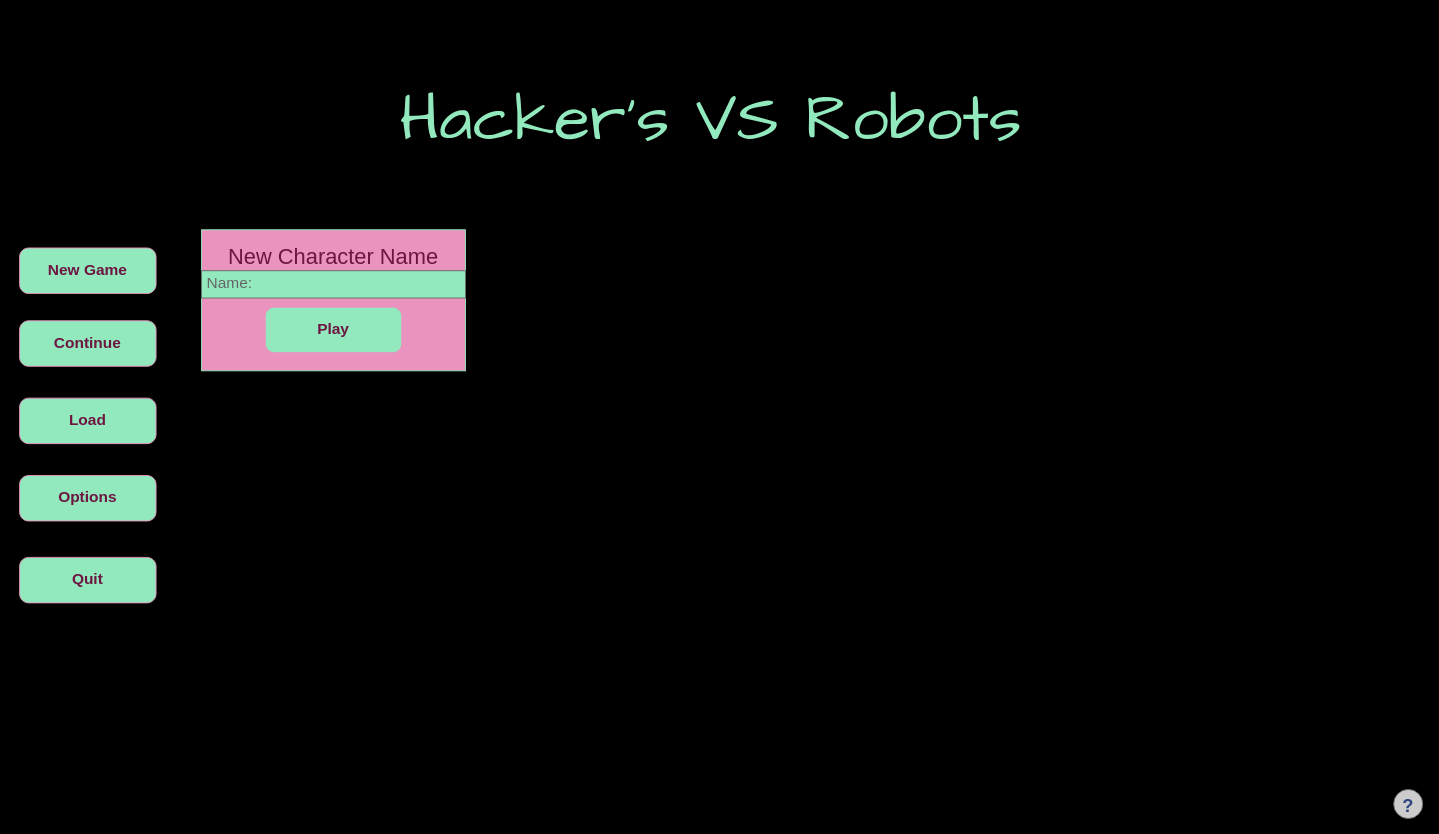
The draw.io diagram page "New Game" (4 of 5) of Informational Technology (Game Design)/Part 2/Cluster - UI Production/Build graphical user interfaces/GUI Design By Richard.drawio in Stampard0/Assessments, before the edit. Source tidied: cells renumbered, new cells numbered last; positions are measured from the earlier drawing's top-left corner, leaving out a move shared by most shapes. Both pictures are drawn from the tidied source at 91%, with x=0, y=0 at pixel (19, 61).
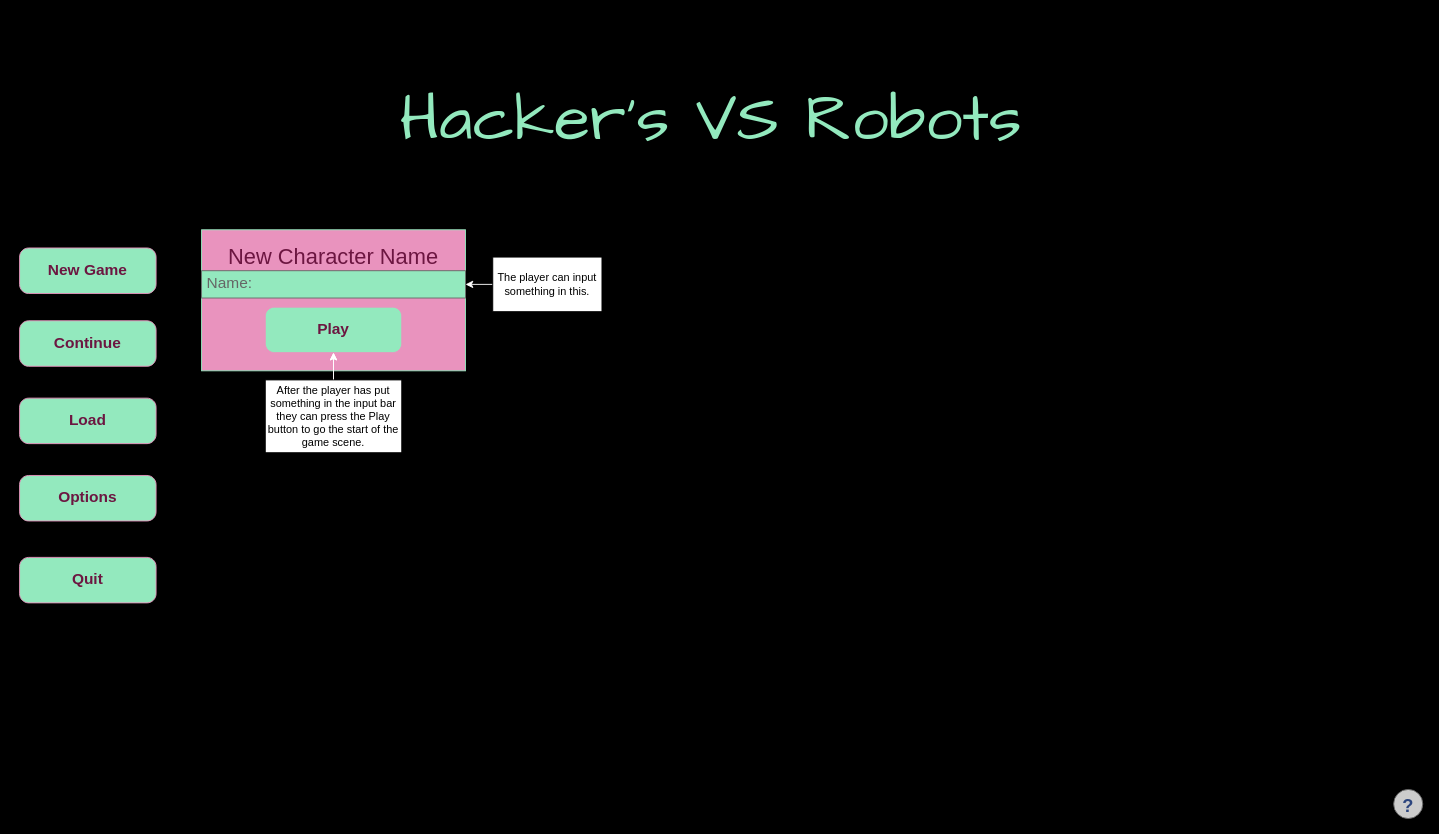
The same diagram, later.

Diff of the diagram source:
```diff
@@
 <mxGraphModel background="#000000">
   <root>
     <mxCell id="0" />
     <mxCell id="1" parent="0" />
     <mxCell id="2" style="rounded=0;whiteSpace=wrap;html=1;shadow=0;labelBackgroundColor=none;fontFamily=Helvetica;fontSize=24;fontColor=#6C1641;strokeColor=#93E9BE;fillColor=#E993BE;" parent="1" vertex="1">
       <mxGeometry x="200" y="185" width="290" height="155" as="geometry" />
     </mxCell>
     <mxCell id="3" style="verticalLabelPosition=bottom;shadow=0;dashed=0;align=center;html=1;verticalAlign=top;strokeWidth=1;shape=mxgraph.mockup.misc.help_icon;" parent="1" vertex="1">
       <mxGeometry x="1510" y="800" width="32" height="32" as="geometry" />
     </mxCell>
     <mxCell id="4" value="&lt;font color=&quot;#6c1641&quot;&gt;Options&lt;/font&gt;" style="strokeWidth=1;shadow=0;dashed=0;align=center;html=1;shape=mxgraph.mockup.buttons.button;strokeColor=#E993BE;fontColor=#ffffff;mainText=;buttonStyle=round;fontSize=17;fontStyle=1;fillColor=#93E9BE;whiteSpace=wrap;" parent="1" vertex="1">
       <mxGeometry y="455" width="150" height="50" as="geometry" />
     </mxCell>
     <mxCell id="5" value="&lt;font color=&quot;#6c1641&quot;&gt;Load&lt;/font&gt;" style="strokeWidth=1;shadow=0;dashed=0;align=center;html=1;shape=mxgraph.mockup.buttons.button;strokeColor=#E993BE;fontColor=#ffffff;mainText=;buttonStyle=round;fontSize=17;fontStyle=1;fillColor=#93E9BE;whiteSpace=wrap;" parent="1" vertex="1">
       <mxGeometry y="370" width="150" height="50" as="geometry" />
     </mxCell>
     <mxCell id="6" value="&lt;font color=&quot;#6c1641&quot;&gt;Continue&lt;/font&gt;" style="strokeWidth=1;shadow=1;dashed=0;align=center;html=1;shape=mxgraph.mockup.buttons.button;strokeColor=#E993BE;fontColor=#ffffff;mainText=;buttonStyle=round;fontSize=17;fontStyle=1;fillColor=#93E9BE;whiteSpace=wrap;" parent="1" vertex="1">
       <mxGeometry y="285" width="150" height="50" as="geometry" />
     </mxCell>
     <mxCell id="7" value="&lt;font color=&quot;#6c1641&quot;&gt;New Game&lt;/font&gt;" style="strokeWidth=1;shadow=0;dashed=0;align=center;html=1;shape=mxgraph.mockup.buttons.button;strokeColor=#E993BE;fontColor=#ffffff;mainText=;buttonStyle=round;fontSize=17;fontStyle=1;fillColor=#93E9BE;whiteSpace=wrap;" parent="1" vertex="1">
       <mxGeometry y="205" width="150" height="50" as="geometry" />
     </mxCell>
     <mxCell id="8" value="&lt;font color=&quot;#6c1641&quot;&gt;Quit&lt;/font&gt;" style="strokeWidth=1;shadow=0;dashed=0;align=center;html=1;shape=mxgraph.mockup.buttons.button;strokeColor=#E993BE;fontColor=#ffffff;mainText=;buttonStyle=round;fontSize=17;fontStyle=1;fillColor=#93E9BE;whiteSpace=wrap;" parent="1" vertex="1">
       <mxGeometry y="545" width="150" height="50" as="geometry" />
     </mxCell>
     <mxCell id="9" value="&lt;p style=&quot;text-align: justify;&quot;&gt;&lt;span style=&quot;font-family: &amp;quot;Comic Sans MS&amp;quot;; font-size: 72px; font-style: normal; font-variant-ligatures: normal; font-variant-caps: normal; font-weight: 400; letter-spacing: normal; orphans: 2; text-align: center; text-indent: 0px; text-transform: none; widows: 2; word-spacing: 0px; -webkit-text-stroke-width: 0px; text-decoration-thickness: initial; text-decoration-style: initial; text-decoration-color: initial; float: none; display: inline !important;&quot;&gt;&lt;font color=&quot;#93e9be&quot;&gt;Hacker's VS Robots&lt;/font&gt;&lt;/span&gt;&lt;/p&gt;" style="text;html=1;strokeColor=none;fillColor=none;align=center;verticalAlign=middle;whiteSpace=wrap;rounded=0;fontFamily=Comic Sans MS;fontSize=72;rotation=0;" parent="1" vertex="1">
       <mxGeometry x="410" width="700" height="130" as="geometry" />
     </mxCell>
     <mxCell id="10" value="Name:" style="strokeWidth=1;shadow=0;dashed=0;align=center;html=1;shape=mxgraph.mockup.text.textBox;fontColor=#666666;align=left;fontSize=17;spacingLeft=4;spacingTop=-3;strokeColor=#666666;mainText=;labelBackgroundColor=none;fontFamily=Helvetica;fillColor=#93E9BE;" parent="1" vertex="1">
       <mxGeometry x="200" y="230" width="290" height="30" as="geometry" />
     </mxCell>
     <mxCell id="11" value="New Character Name" style="text;html=1;strokeColor=none;fillColor=none;align=center;verticalAlign=middle;whiteSpace=wrap;rounded=0;shadow=0;labelBackgroundColor=none;fontFamily=Helvetica;fontSize=24;fontColor=#6C1641;" parent="1" vertex="1">
       <mxGeometry x="200" y="200" width="290" height="30" as="geometry" />
     </mxCell>
     <mxCell id="12" value="&lt;font color=&quot;#6c1641&quot;&gt;Play&lt;/font&gt;" style="strokeWidth=1;shadow=0;dashed=0;align=center;html=1;shape=mxgraph.mockup.buttons.button;strokeColor=#E993BE;fontColor=#ffffff;mainText=;buttonStyle=round;fontSize=17;fontStyle=1;fillColor=#93E9BE;whiteSpace=wrap;" parent="1" vertex="1">
       <mxGeometry x="270" y="270" width="150" height="50" as="geometry" />
     </mxCell>
+    <mxCell id="13" style="edgeStyle=none;rounded=0;jettySize=auto;html=1;exitX=0;exitY=0.5;exitDx=0;exitDy=0;strokeColor=#FFFFFF;fillColor=#FFFFFF;" parent="1" edge="1" source="14" target="10">
+      <mxGeometry relative="1" as="geometry" />
+    </mxCell>
+    <mxCell id="14" value="The player can input something in this." style="rounded=0;whiteSpace=wrap;html=1;" parent="1" vertex="1">
+      <mxGeometry x="520" y="215" width="120" height="60" as="geometry" />
+    </mxCell>
+    <mxCell id="15" style="edgeStyle=none;rounded=0;jettySize=auto;html=1;exitX=0.5;exitY=0;exitDx=0;exitDy=0;strokeColor=#FFFFFF;fillColor=#FFFFFF;" parent="1" edge="1" source="17" target="12">
+      <mxGeometry relative="1" as="geometry" />
+    </mxCell>
+    <mxCell id="16" style="edgeStyle=none;rounded=0;jettySize=auto;html=1;strokeColor=#FFFFFF;fillColor=#FFFFFF;" parent="1" edge="1" source="17" target="12">
+      <mxGeometry relative="1" as="geometry" />
+    </mxCell>
+    <mxCell id="17" value="After the player has put something in the input bar they can press the Play button to go the start of the game scene." style="rounded=0;whiteSpace=wrap;html=1;" parent="1" vertex="1">
+      <mxGeometry x="270" y="350" width="150" height="80" as="geometry" />
+    </mxCell>
   </root>
 </mxGraphModel>
```
